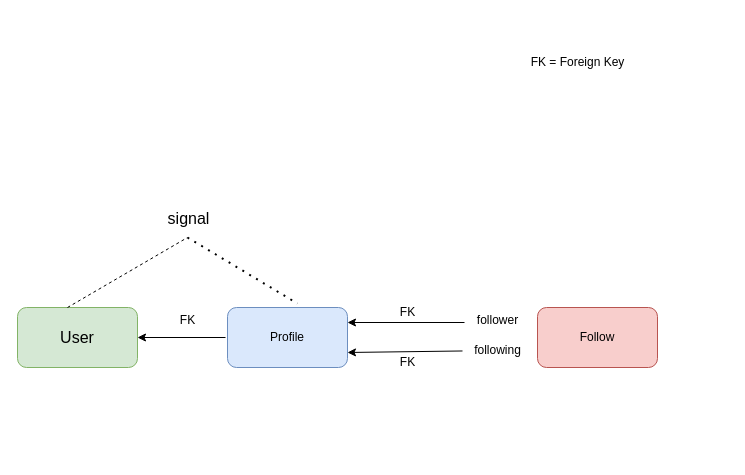
Above: Untitled Diagram.drawio in Hoomanzoh79/Django-Chatapp (draw.io), before the change. Source tidied: cells renumbered, new cells numbered last; positions are measured from the earlier drawing's top-left corner, leaving out a move shared by most shapes. Both pictures are drawn from the tidied source at 100%, with x=0, y=0 at pixel (17, 47).
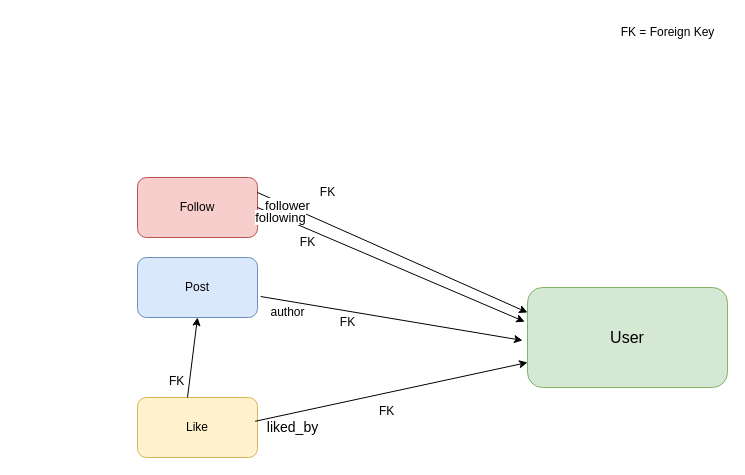
The same diagram, later.

The edit, as a diff of the source:
```diff
@@
     <mxCell id="2" value="User" style="rounded=1;whiteSpace=wrap;html=1;fillColor=#d5e8d4;strokeColor=#82b366;fontSize=16;" parent="1" vertex="1">
-      <mxGeometry y="260" width="120" height="60" as="geometry" />
+      <mxGeometry x="510" y="240" width="200" height="100" as="geometry" />
     </mxCell>
-    <mxCell id="3" value="Profile" style="rounded=1;whiteSpace=wrap;html=1;fillColor=#dae8fc;strokeColor=#6c8ebf;" parent="1" vertex="1">
-      <mxGeometry x="210" y="260" width="120" height="60" as="geometry" />
-    </mxCell>
-    <mxCell id="4" style="endArrow=classic;html=1;rounded=0;entryX=1;entryY=0.5;entryDx=0;entryDy=0;" parent="1" edge="1" target="2">
-      <mxGeometry relative="1" as="geometry">
-        <mxPoint x="208" y="290" as="sourcePoint" />
-      </mxGeometry>
-    </mxCell>
-    <mxCell id="5" style="endArrow=none;dashed=1;html=1;rounded=0;" parent="1" edge="1">
-      <mxGeometry relative="1" as="geometry">
-        <mxPoint x="50" y="260" as="sourcePoint" />
-        <mxPoint x="170" y="190" as="targetPoint" />
-      </mxGeometry>
-    </mxCell>
-    <mxCell id="6" value="&lt;font style=&quot;font-size: 16px;&quot;&gt;signal&lt;/font&gt;" style="edgeLabel;html=1;align=center;verticalAlign=middle;" parent="5" vertex="1">
-      <mxGeometry x="-0.03" y="9" relative="1" as="geometry">
-        <mxPoint x="67" y="-48" as="offset" />
-      </mxGeometry>
-    </mxCell>
-    <mxCell id="7" style="endArrow=none;dashed=1;html=1;dashPattern=1 3;strokeWidth=2;rounded=0;entryX=0.583;entryY=-0.067;entryDx=0;entryDy=0;entryPerimeter=0;" parent="1" edge="1" target="3">
-      <mxGeometry relative="1" as="geometry">
-        <mxPoint x="170" y="190" as="sourcePoint" />
-      </mxGeometry>
-    </mxCell>
-    <mxCell id="8" value="FK" style="text;html=1;align=center;verticalAlign=middle;strokeColor=none;fillColor=none;" parent="1" vertex="1">
-      <mxGeometry x="150" y="258" width="40" height="30" as="geometry" />
-    </mxCell>
     <mxCell id="9" value="Follow" style="rounded=1;whiteSpace=wrap;html=1;fillColor=#f8cecc;strokeColor=#b85450;" parent="1" vertex="1">
-      <mxGeometry x="520" y="260" width="120" height="60" as="geometry" />
+      <mxGeometry x="120" y="130" width="120" height="60" as="geometry" />
     </mxCell>
-    <mxCell id="10" value="follower" style="text;html=1;align=center;verticalAlign=middle;points=[];strokeColor=none;fillColor=none;" parent="1" vertex="1">
-      <mxGeometry x="450" y="258" width="60" height="30" as="geometry" />
-    </mxCell>
-    <mxCell id="11" value="following" style="text;html=1;align=center;verticalAlign=middle;points=[];strokeColor=none;fillColor=none;" parent="1" vertex="1">
-      <mxGeometry x="445" y="288" width="70" height="30" as="geometry" />
-    </mxCell>
-    <mxCell id="12" style="endArrow=classic;html=1;rounded=0;entryX=1;entryY=0.25;entryDx=0;entryDy=0;exitX=-0.05;exitY=0.567;exitDx=0;exitDy=0;exitPerimeter=0;" parent="1" edge="1" source="10" target="3">
-      <mxGeometry relative="1" as="geometry" />
-    </mxCell>
-    <mxCell id="13" style="endArrow=classic;html=1;rounded=0;entryX=1;entryY=0.75;entryDx=0;entryDy=0;" parent="1" edge="1" source="11" target="3">
-      <mxGeometry relative="1" as="geometry" />
-    </mxCell>
     <mxCell id="14" value="FK" style="text;html=1;align=center;verticalAlign=middle;strokeColor=none;fillColor=none;" parent="1" vertex="1">
-      <mxGeometry x="370" y="250" width="40" height="30" as="geometry" />
+      <mxGeometry x="270" y="180" width="40" height="30" as="geometry" />
     </mxCell>
     <mxCell id="15" value="FK" style="text;html=1;align=center;verticalAlign=middle;strokeColor=none;fillColor=none;" parent="1" vertex="1">
-      <mxGeometry x="370" y="300" width="40" height="30" as="geometry" />
+      <mxGeometry x="290" y="130" width="40" height="30" as="geometry" />
     </mxCell>
     <mxCell id="16" value="FK = Foreign Key" style="text;html=1;align=center;verticalAlign=middle;strokeColor=none;fillColor=none;" parent="1" vertex="1">
-      <mxGeometry x="500" width="120" height="30" as="geometry" />
+      <mxGeometry x="590" y="-30" width="120" height="30" as="geometry" />
     </mxCell>
+    <mxCell id="17" value="Post" style="rounded=1;whiteSpace=wrap;html=1;fillColor=#dae8fc;strokeColor=#6c8ebf;" parent="1" vertex="1">
+      <mxGeometry x="120" y="210" width="120" height="60" as="geometry" />
+    </mxCell>
+    <mxCell id="18" style="endArrow=classic;html=1;rounded=0;entryX=0;entryY=0.25;entryDx=0;entryDy=0;exitX=1;exitY=0.25;exitDx=0;exitDy=0;" parent="1" edge="1" source="9" target="2">
+      <mxGeometry relative="1" as="geometry" />
+    </mxCell>
+    <mxCell id="10" value="&lt;font style=&quot;font-size: 13px;&quot;&gt;follower&lt;/font&gt;" style="edgeLabel;html=1;align=center;verticalAlign=middle;points=[];" parent="18" vertex="1">
+      <mxGeometry x="-0.78" y="1" relative="1" as="geometry">
+        <mxPoint x="-1" as="offset" />
+      </mxGeometry>
+    </mxCell>
+    <mxCell id="19" style="endArrow=classic;html=1;rounded=0;entryX=-0.014;entryY=0.342;entryDx=0;entryDy=0;exitX=1;exitY=0.75;exitDx=0;exitDy=0;entryPerimeter=0;" parent="1" edge="1" target="2">
+      <mxGeometry relative="1" as="geometry">
+        <mxPoint x="240" y="160" as="sourcePoint" />
+      </mxGeometry>
+    </mxCell>
+    <mxCell id="11" value="&lt;font style=&quot;font-size: 13px;&quot;&gt;following&lt;/font&gt;" style="edgeLabel;html=1;align=center;verticalAlign=middle;points=[];" parent="19" vertex="1">
+      <mxGeometry x="-0.83" relative="1" as="geometry" />
+    </mxCell>
+    <mxCell id="20" value="author" style="text;html=1;align=center;verticalAlign=middle;points=[];strokeColor=none;fillColor=none;" parent="1" vertex="1">
+      <mxGeometry x="240" y="250" width="60" height="30" as="geometry" />
+    </mxCell>
+    <mxCell id="21" style="endArrow=classic;html=1;rounded=0;entryX=-0.012;entryY=0.886;entryDx=0;entryDy=0;entryPerimeter=0;exitX=0.053;exitY=-0.033;exitDx=0;exitDy=0;exitPerimeter=0;" parent="1" edge="1" source="20">
+      <mxGeometry relative="1" as="geometry">
+        <mxPoint x="505" y="292.9" as="targetPoint" />
+      </mxGeometry>
+    </mxCell>
+    <mxCell id="8" value="FK" style="text;html=1;align=center;verticalAlign=middle;strokeColor=none;fillColor=none;" parent="1" vertex="1">
+      <mxGeometry x="310" y="260" width="40" height="30" as="geometry" />
+    </mxCell>
+    <mxCell id="22" value="Like" style="rounded=1;whiteSpace=wrap;html=1;fillColor=#fff2cc;strokeColor=#d6b656;" parent="1" vertex="1">
+      <mxGeometry x="120" y="350" width="120" height="60" as="geometry" />
+    </mxCell>
+    <mxCell id="23" style="endArrow=classic;html=1;rounded=0;entryX=0.5;entryY=1;entryDx=0;entryDy=0;" parent="1" edge="1" target="17">
+      <mxGeometry relative="1" as="geometry">
+        <mxPoint x="170" y="350" as="sourcePoint" />
+      </mxGeometry>
+    </mxCell>
+    <mxCell id="24" value="&lt;span style=&quot;color: rgb(0, 0, 0); font-family: Helvetica; font-size: 12px; font-style: normal; font-variant-ligatures: normal; font-variant-caps: normal; font-weight: 400; letter-spacing: normal; orphans: 2; text-align: center; text-indent: 0px; text-transform: none; widows: 2; word-spacing: 0px; -webkit-text-stroke-width: 0px; white-space: nowrap; background-color: rgb(251, 251, 251); text-decoration-thickness: initial; text-decoration-style: initial; text-decoration-color: initial; display: inline !important; float: none;&quot;&gt;FK&lt;/span&gt;" style="text;whiteSpace=wrap;html=1;" parent="1" vertex="1">
+      <mxGeometry x="150" y="320" width="20" height="30" as="geometry" />
+    </mxCell>
+    <mxCell id="25" value="&lt;font style=&quot;font-size: 14px;&quot;&gt;liked_by&lt;/font&gt;" style="text;html=1;align=center;verticalAlign=middle;points=[];strokeColor=none;fillColor=none;" parent="1" vertex="1">
+      <mxGeometry x="240" y="365" width="70" height="30" as="geometry" />
+    </mxCell>
+    <mxCell id="26" style="endArrow=classic;html=1;rounded=0;exitX=-0.034;exitY=0.293;exitDx=0;exitDy=0;exitPerimeter=0;entryX=0;entryY=0.75;entryDx=0;entryDy=0;" parent="1" edge="1" source="25" target="2">
+      <mxGeometry relative="1" as="geometry" />
+    </mxCell>
+    <mxCell id="27" value="&lt;span style=&quot;color: rgb(0, 0, 0); font-family: Helvetica; font-size: 12px; font-style: normal; font-variant-ligatures: normal; font-variant-caps: normal; font-weight: 400; letter-spacing: normal; orphans: 2; text-align: center; text-indent: 0px; text-transform: none; widows: 2; word-spacing: 0px; -webkit-text-stroke-width: 0px; white-space: nowrap; background-color: rgb(251, 251, 251); text-decoration-thickness: initial; text-decoration-style: initial; text-decoration-color: initial; display: inline !important; float: none;&quot;&gt;FK&lt;/span&gt;" style="text;whiteSpace=wrap;html=1;" parent="1" vertex="1">
+      <mxGeometry x="360" y="350" width="40" height="20" as="geometry" />
+    </mxCell>
```
